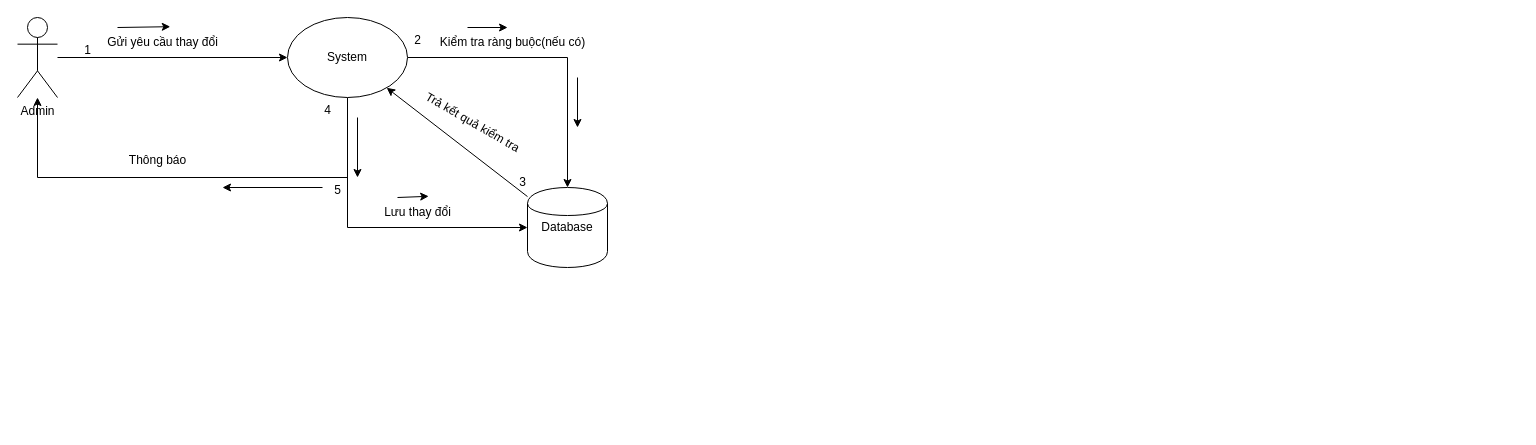
The draw.io diagram colla_them_xoa_sua_loai_sp.drawio in Laurizine/Software_Tecnology_, before the edit. Source tidied: cells renumbered, new cells numbered last; positions are measured from the earlier drawing's top-left corner, leaving out a move shared by most shapes. Both pictures are drawn from the tidied source at 100%, with x=0, y=0 at pixel (17, 17).
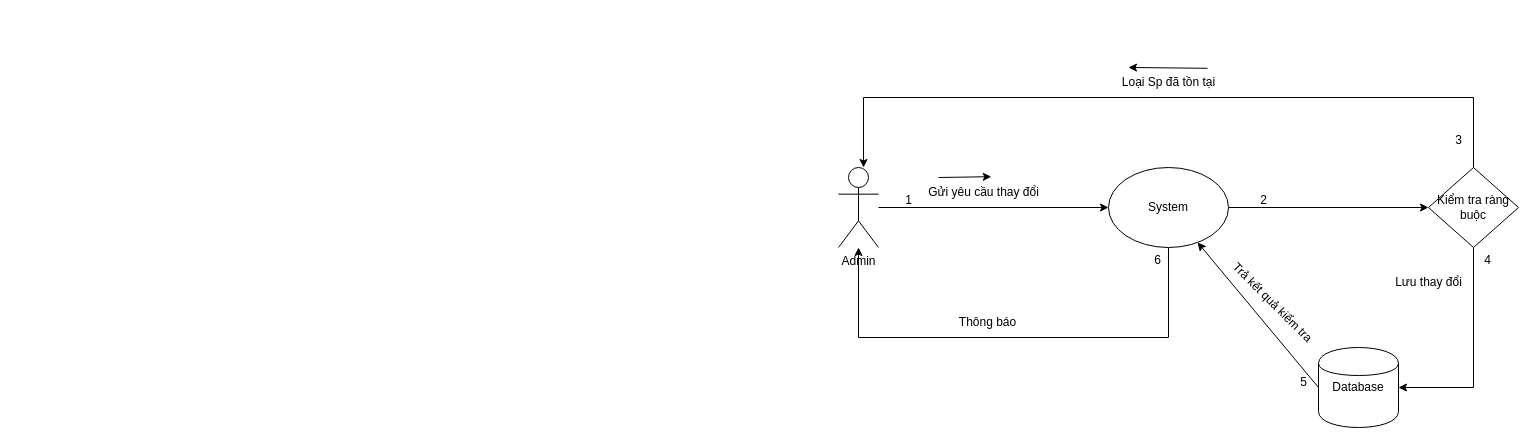
The same page after the edit.

Commit message (it also covers changes not shown here):
Cập nhật colla_them_xoa_sua_loai_sp.drawio

Change to the diagram source:
```diff
@@
     <mxCell id="3" value="Admin" style="shape=umlActor;verticalLabelPosition=bottom;verticalAlign=top;html=1;outlineConnect=0;" parent="1" vertex="1">
-      <mxGeometry width="40" height="80" as="geometry" />
+      <mxGeometry x="821" y="150" width="40" height="80" as="geometry" />
     </mxCell>
-    <mxCell id="4" style="edgeStyle=orthogonalEdgeStyle;rounded=0;jettySize=auto;html=1;entryX=0.5;entryY=0;entryDx=0;entryDy=0;" parent="1" edge="1" source="7" target="9">
-      <mxGeometry relative="1" as="geometry" />
-    </mxCell>
-    <mxCell id="5" style="edgeStyle=orthogonalEdgeStyle;rounded=0;jettySize=auto;html=1;entryX=0;entryY=0.5;entryDx=0;entryDy=0;" parent="1" edge="1" source="7" target="9">
-      <mxGeometry relative="1" as="geometry">
-        <Array as="points">
-          <mxPoint x="330" y="210" />
-        </Array>
-      </mxGeometry>
-    </mxCell>
-    <mxCell id="6" style="edgeStyle=orthogonalEdgeStyle;rounded=0;jettySize=auto;html=1;" parent="1" edge="1" target="3">
-      <mxGeometry relative="1" as="geometry">
-        <mxPoint x="330" y="120" as="sourcePoint" />
-        <Array as="points">
-          <mxPoint x="330" y="160" />
-          <mxPoint x="20" y="160" />
-        </Array>
-      </mxGeometry>
-    </mxCell>
+    <mxCell id="26" style="edgeStyle=orthogonalEdgeStyle;rounded=0;jettySize=auto;html=1;" parent="1" edge="1" source="7" target="29">
+      <mxGeometry relative="1" as="geometry" />
+    </mxCell>
+    <mxCell id="27" style="edgeStyle=orthogonalEdgeStyle;rounded=0;jettySize=auto;html=1;" parent="1" edge="1" source="7" target="3">
+      <mxGeometry relative="1" as="geometry">
+        <Array as="points">
+          <mxPoint x="1151" y="320" />
+          <mxPoint x="841" y="320" />
+        </Array>
+      </mxGeometry>
+    </mxCell>
     <mxCell id="7" value="System" style="ellipse;whiteSpace=wrap;html=1;" parent="1" vertex="1">
-      <mxGeometry x="270" width="120" height="80" as="geometry" />
+      <mxGeometry x="1091" y="150" width="120" height="80" as="geometry" />
     </mxCell>
-    <mxCell id="8" style="rounded=0;jettySize=auto;html=1;" parent="1" edge="1" source="9" target="7">
+    <mxCell id="8" style="rounded=0;jettySize=auto;html=1;exitX=0;exitY=0.5;exitDx=0;exitDy=0;" parent="1" edge="1" source="9" target="7">
       <mxGeometry relative="1" as="geometry" />
     </mxCell>
     <mxCell id="9" value="Database" style="shape=cylinder;whiteSpace=wrap;html=1;" parent="1" vertex="1">
-      <mxGeometry x="510" y="170" width="80" height="80" as="geometry" />
+      <mxGeometry x="1301" y="330" width="80" height="80" as="geometry" />
     </mxCell>
     <mxCell id="10" value="1" style="text;html=1;align=center;verticalAlign=middle;strokeColor=none;fillColor=none;" parent="1" vertex="1">
-      <mxGeometry x="55" y="18" width="30" height="30" as="geometry" />
+      <mxGeometry x="876" y="168" width="30" height="30" as="geometry" />
     </mxCell>
     <mxCell id="11" value="Gửi yêu cầu thay đổi" style="text;html=1;align=center;verticalAlign=middle;points=[];strokeColor=none;fillColor=none;" parent="1" vertex="1">
-      <mxGeometry x="80" y="10" width="130" height="30" as="geometry" />
+      <mxGeometry x="901" y="160" width="130" height="30" as="geometry" />
     </mxCell>
     <mxCell id="12" style="endArrow=classic;html=1;rounded=0;entryX=0.56;entryY=-0.027;entryDx=0;entryDy=0;entryPerimeter=0;" parent="1" edge="1" target="11">
       <mxGeometry relative="1" as="geometry">
-        <mxPoint x="100" y="10" as="sourcePoint" />
+        <mxPoint x="921" y="160" as="sourcePoint" />
       </mxGeometry>
     </mxCell>
+    <mxCell id="28" style="edgeStyle=orthogonalEdgeStyle;rounded=0;jettySize=auto;html=1;entryX=1;entryY=0.5;entryDx=0;entryDy=0;" parent="1" edge="1" source="29" target="9">
+      <mxGeometry relative="1" as="geometry">
+        <Array as="points">
+          <mxPoint x="1456" y="370" />
+        </Array>
+      </mxGeometry>
+    </mxCell>
+    <mxCell id="29" value="Kiểm tra ràng buộc" style="rhombus;whiteSpace=wrap;html=1;" parent="1" vertex="1">
+      <mxGeometry x="1411" y="150" width="90" height="80" as="geometry" />
+    </mxCell>
+    <mxCell id="30" style="edgeStyle=orthogonalEdgeStyle;rounded=0;jettySize=auto;html=1;entryX=0.5;entryY=0;entryDx=0;entryDy=0;entryPerimeter=0;exitX=0.5;exitY=0;exitDx=0;exitDy=0;" parent="1" edge="1" source="29">
+      <mxGeometry relative="1" as="geometry">
+        <mxPoint x="846" y="150" as="targetPoint" />
+        <Array as="points">
+          <mxPoint x="1456" y="80" />
+          <mxPoint x="846" y="80" />
+        </Array>
+      </mxGeometry>
+    </mxCell>
     <mxCell id="13" value="2" style="text;html=1;align=center;verticalAlign=middle;strokeColor=none;fillColor=none;" parent="1" vertex="1">
-      <mxGeometry x="385" y="8" width="30" height="30" as="geometry" />
+      <mxGeometry x="1231" y="168" width="30" height="30" as="geometry" />
     </mxCell>
-    <mxCell id="14" value="Kiểm tra ràng buộc(nếu có)" style="text;html=1;align=center;verticalAlign=middle;points=[];strokeColor=none;fillColor=none;" parent="1" vertex="1">
-      <mxGeometry x="410" y="10" width="170" height="30" as="geometry" />
-    </mxCell>
-    <mxCell id="15" style="endArrow=classic;html=1;rounded=0;entryX=0.471;entryY=0;entryDx=0;entryDy=0;entryPerimeter=0;" parent="1" edge="1" target="14">
-      <mxGeometry relative="1" as="geometry">
-        <mxPoint x="450" y="10" as="sourcePoint" />
-      </mxGeometry>
-    </mxCell>
-    <mxCell id="16" style="endArrow=classic;html=1;rounded=0;" parent="1" edge="1">
-      <mxGeometry relative="1" as="geometry">
-        <mxPoint x="560" y="60" as="sourcePoint" />
-        <mxPoint x="560" y="110" as="targetPoint" />
-      </mxGeometry>
-    </mxCell>
     <mxCell id="17" value="3" style="text;html=1;align=center;verticalAlign=middle;strokeColor=none;fillColor=none;" parent="1" vertex="1">
-      <mxGeometry x="490" y="150" width="30" height="30" as="geometry" />
+      <mxGeometry x="1426" y="108" width="30" height="30" as="geometry" />
     </mxCell>
-    <mxCell id="18" value="Trả kết quả kiểm tra" style="text;html=1;align=center;verticalAlign=middle;strokeColor=none;fillColor=none;rotation=30;" parent="1" vertex="1">
-      <mxGeometry x="390" y="90" width="130" height="30" as="geometry" />
-    </mxCell>
+    <mxCell id="31" value="Loại Sp đã tồn tại" style="text;html=1;align=center;verticalAlign=middle;strokeColor=none;fillColor=none;" parent="1" vertex="1">
+      <mxGeometry x="1091" y="50" width="120" height="30" as="geometry" />
+    </mxCell>
+    <mxCell id="32" style="endArrow=classic;html=1;rounded=0;entryX=0;entryY=-0.027;entryDx=0;entryDy=0;entryPerimeter=0;" parent="1" edge="1">
+      <mxGeometry relative="1" as="geometry">
+        <mxPoint x="1190" y="50.8" as="sourcePoint" />
+        <mxPoint x="1111" y="50" as="targetPoint" />
+      </mxGeometry>
+    </mxCell>
     <mxCell id="19" value="4" style="text;html=1;align=center;verticalAlign=middle;strokeColor=none;fillColor=none;" parent="1" vertex="1">
-      <mxGeometry x="295" y="78" width="30" height="30" as="geometry" />
+      <mxGeometry x="1455" y="228" width="30" height="30" as="geometry" />
     </mxCell>
     <mxCell id="20" value="Lưu thay đổi" style="text;html=1;align=center;verticalAlign=middle;points=[];strokeColor=none;fillColor=none;" parent="1" vertex="1">
-      <mxGeometry x="355" y="180" width="90" height="30" as="geometry" />
+      <mxGeometry x="1366" y="250" width="90" height="30" as="geometry" />
     </mxCell>
     <mxCell id="21" value="5" style="text;html=1;align=center;verticalAlign=middle;strokeColor=none;fillColor=none;" parent="1" vertex="1">
-      <mxGeometry x="305" y="158" width="30" height="30" as="geometry" />
+      <mxGeometry x="1271" y="350" width="30" height="30" as="geometry" />
     </mxCell>
+    <mxCell id="18" value="Trả kết quả kiểm tra" style="text;html=1;align=center;verticalAlign=middle;strokeColor=none;fillColor=none;rotation=45;" parent="1" vertex="1">
+      <mxGeometry x="1190" y="270" width="130" height="30" as="geometry" />
+    </mxCell>
+    <mxCell id="33" value="6" style="text;html=1;align=center;verticalAlign=middle;strokeColor=none;fillColor=none;" parent="1" vertex="1">
+      <mxGeometry x="1125" y="228" width="30" height="30" as="geometry" />
+    </mxCell>
     <mxCell id="22" value="Thông báo" style="text;html=1;align=center;verticalAlign=middle;strokeColor=none;fillColor=none;" parent="1" vertex="1">
-      <mxGeometry x="100" y="128" width="80" height="30" as="geometry" />
+      <mxGeometry x="930" y="290" width="80" height="30" as="geometry" />
     </mxCell>
-    <mxCell id="23" style="endArrow=classic;html=1;rounded=0;" parent="1" edge="1">
-      <mxGeometry relative="1" as="geometry">
-        <mxPoint x="340" y="100" as="sourcePoint" />
-        <mxPoint x="340" y="160" as="targetPoint" />
-      </mxGeometry>
-    </mxCell>
-    <mxCell id="24" style="endArrow=classic;html=1;rounded=0;entryX=0.624;entryY=-0.04;entryDx=0;entryDy=0;entryPerimeter=0;" parent="1" edge="1" target="20">
-      <mxGeometry relative="1" as="geometry">
-        <mxPoint x="380" y="180" as="sourcePoint" />
-      </mxGeometry>
-    </mxCell>
-    <mxCell id="25" style="endArrow=classic;html=1;rounded=0;" parent="1" edge="1">
-      <mxGeometry relative="1" as="geometry">
-        <mxPoint x="305" y="170" as="sourcePoint" />
-        <mxPoint x="205" y="170" as="targetPoint" />
-      </mxGeometry>
-    </mxCell>
```
